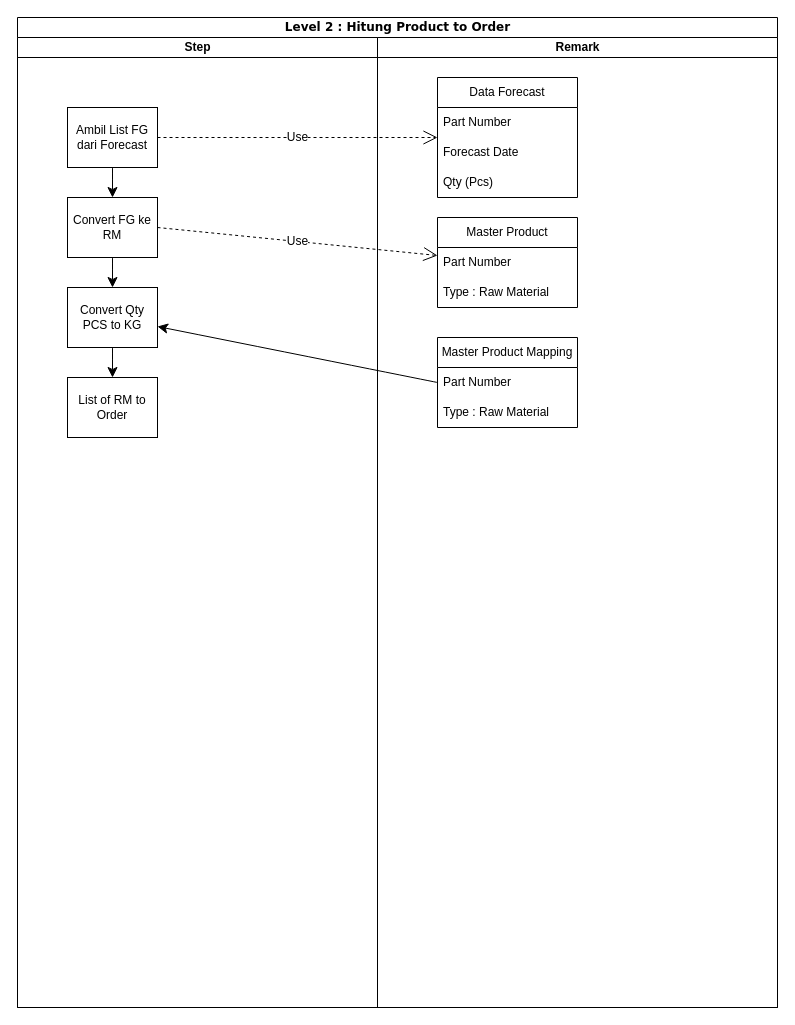
This is page "Lvl 2 Hitung Product to Order" (5 of 5) of Untitled Diagram.drawio from hendrasaputra0501/pemi-ay-bpa, a draw.io file, before an edit. Source tidied: cells renumbered, new cells numbered last; positions are measured from the earlier drawing's top-left corner, leaving out a move shared by most shapes. Both pictures are drawn from the tidied source at 100%, with x=0, y=0 at pixel (17, 17).
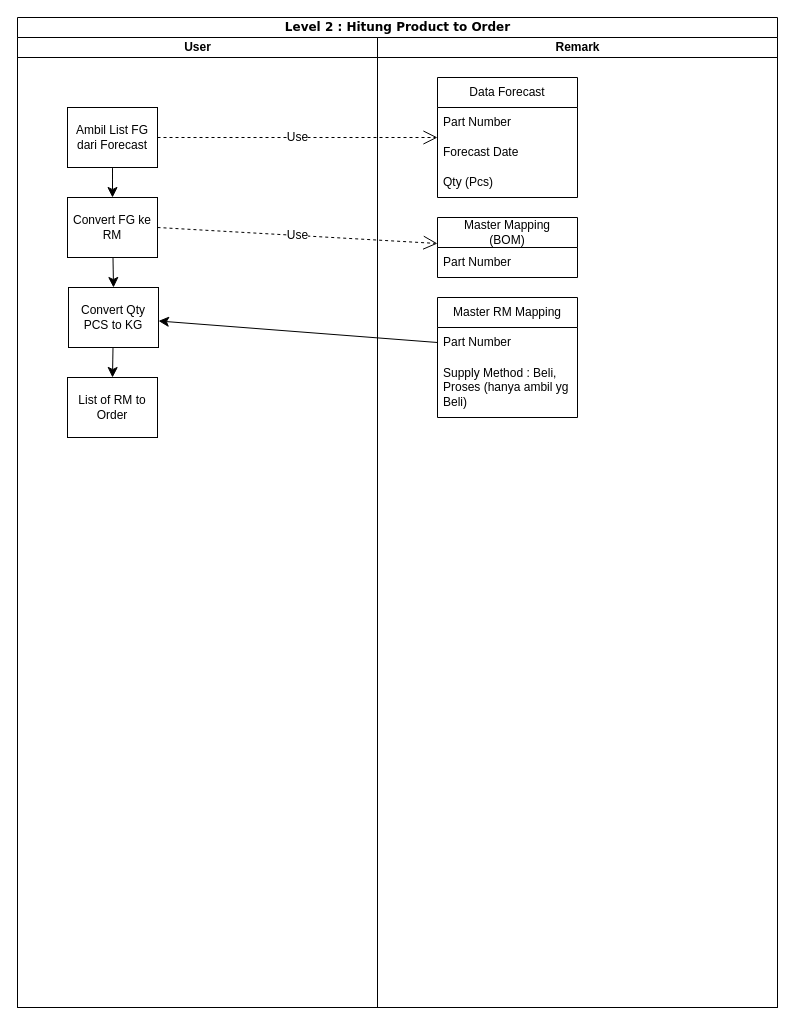
After the change.

Unchanged cells that the change refers to:
```xml
<mxCell id="2" value="Level 2 : Hitung Product to Order" style="swimlane;html=1;startSize=20;rounded=0;shadow=0;comic=0;labelBackgroundColor=none;strokeWidth=1;fontFamily=Verdana;fontSize=12;align=center;" parent="1" vertex="1">
  <mxGeometry width="760" height="990" as="geometry" />
</mxCell>
<mxCell id="8" value="Convert FG ke RM" style="rounded=0;whiteSpace=wrap;html=1;" parent="3" vertex="1">
  <mxGeometry x="50" y="160" width="90" height="60" as="geometry" />
</mxCell>
<mxCell id="12" value="Remark" style="swimlane;html=1;startSize=20;" parent="2" vertex="1">
  <mxGeometry x="360" y="20" width="400" height="970" as="geometry" />
</mxCell>
<mxCell id="22" value="Part Number" style="text;strokeColor=none;fillColor=none;align=left;verticalAlign=middle;spacingLeft=4;spacingRight=4;overflow=hidden;points=[[0,0.5],[1,0.5]];portConstraint=eastwest;whiteSpace=wrap;html=1;" parent="21" vertex="1">
  <mxGeometry y="30" width="140" height="30" as="geometry" />
</mxCell>
```

The edit, as a diff of the source:
```diff
@@
-    <mxCell id="3" value="Step" style="swimlane;html=1;startSize=20;" parent="2" vertex="1">
+    <mxCell id="3" value="User" style="swimlane;html=1;startSize=20;" parent="2" vertex="1">
       <mxGeometry y="20" width="360" height="970" as="geometry" />
     </mxCell>
@@
     <mxCell id="10" value="Convert Qty PCS to KG" style="rounded=0;whiteSpace=wrap;html=1;" parent="3" vertex="1">
-      <mxGeometry x="50" y="250" width="90" height="60" as="geometry" />
+      <mxGeometry x="51" y="250" width="90" height="60" as="geometry" />
     </mxCell>
@@
-    <mxCell id="18" value="Master Product" style="swimlane;fontStyle=0;horizontal=1;startSize=30;whiteSpace=wrap;html=1;" parent="12" vertex="1">
-      <mxGeometry x="60" y="180" width="140" height="90" as="geometry" />
+    <mxCell id="18" value="Master Mapping&lt;br&gt;(BOM)" style="swimlane;fontStyle=0;horizontal=1;startSize=30;whiteSpace=wrap;html=1;" parent="12" vertex="1">
+      <mxGeometry x="60" y="180" width="140" height="60" as="geometry" />
     </mxCell>
@@
-    <mxCell id="20" value="Type : Raw Material" style="text;strokeColor=none;fillColor=none;align=left;verticalAlign=middle;spacingLeft=4;spacingRight=4;overflow=hidden;whiteSpace=wrap;html=1;" parent="18" vertex="1">
-      <mxGeometry y="60" width="140" height="30" as="geometry" />
-    </mxCell>
-    <mxCell id="21" value="Master Product Mapping" style="swimlane;fontStyle=0;horizontal=1;startSize=30;whiteSpace=wrap;html=1;" parent="12" vertex="1">
-      <mxGeometry x="60" y="300" width="140" height="90" as="geometry" />
+    <mxCell id="21" value="Master RM Mapping" style="swimlane;fontStyle=0;horizontal=1;startSize=30;whiteSpace=wrap;html=1;" parent="12" vertex="1">
+      <mxGeometry x="60" y="260" width="140" height="120" as="geometry" />
     </mxCell>
@@
-    <mxCell id="23" value="Type : Raw Material" style="text;strokeColor=none;fillColor=none;align=left;verticalAlign=middle;spacingLeft=4;spacingRight=4;overflow=hidden;whiteSpace=wrap;html=1;" parent="21" vertex="1">
-      <mxGeometry y="60" width="140" height="30" as="geometry" />
+    <mxCell id="23" value="Supply Method : Beli, Proses (hanya ambil yg Beli)" style="text;strokeColor=none;fillColor=none;align=left;verticalAlign=middle;spacingLeft=4;spacingRight=4;overflow=hidden;whiteSpace=wrap;html=1;" parent="21" vertex="1">
+      <mxGeometry y="60" width="140" height="60" as="geometry" />
     </mxCell>
-    <mxCell id="24" style="edgeStyle=none;curved=1;rounded=0;jettySize=auto;html=1;fontSize=12;startSize=8;endSize=8;exitX=0;exitY=0.5;exitDx=0;exitDy=0;" parent="2" edge="1" source="22" target="10">
+    <mxCell id="24" style="edgeStyle=none;curved=0;rounded=0;jettySize=auto;html=1;fontSize=12;startSize=8;endSize=8;exitX=0;exitY=0.5;exitDx=0;exitDy=0;" parent="2" edge="1" source="22" target="10">
       <mxGeometry relative="1" as="geometry" />
     </mxCell>
@@
-    <mxCell id="26" value="Use" style="endArrow=open;endSize=12;dashed=1;html=1;rounded=0;fontSize=12;exitX=1;exitY=0.5;exitDx=0;exitDy=0;" parent="2" edge="1" source="8" target="18">
+    <mxCell id="26" value="Use" style="endArrow=open;endSize=12;dashed=1;html=1;rounded=0;fontSize=12;exitX=1;exitY=0.5;exitDx=0;exitDy=0;curved=0;" parent="2" edge="1" source="8" target="18">
       <mxGeometry relative="1" as="geometry" />
     </mxCell>
```
